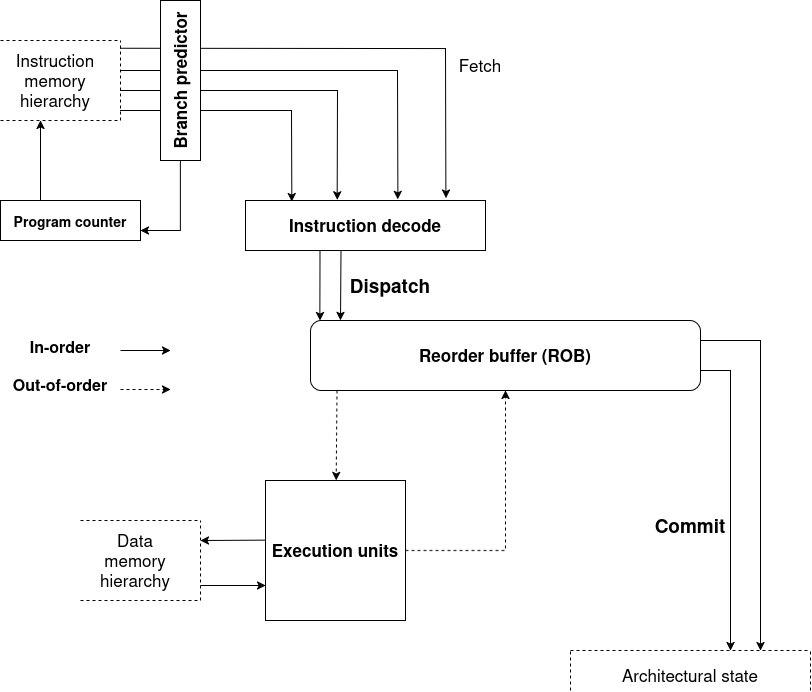
Earlier version of the draw.io export verslag/figures/ooo_pipeline.png (tobedebrabander/VOP_verslag). Source tidied: cells renumbered, new cells last; positions are measured from the earlier drawing's top-left corner, leaving out a move shared by most shapes.
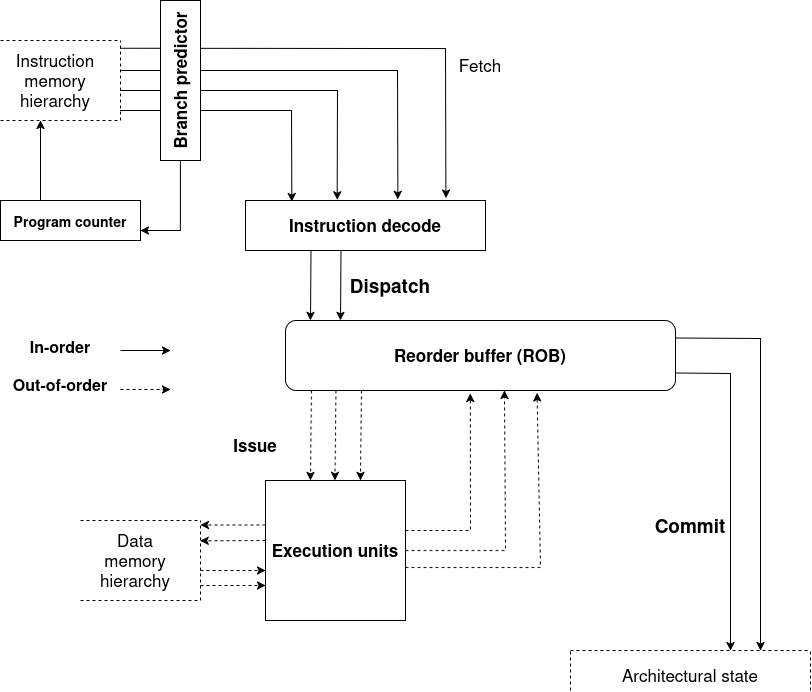
After the change.

Commit message:
Updated pipeline diagram

Change to the diagram source:
```diff
@@ -59,13 +59,8 @@
       </mxGeometry>
     </mxCell>
     <mxCell id="11" value="&lt;b&gt;Reorder buffer (ROB)&lt;/b&gt;" style="rounded=1;whiteSpace=wrap;html=1;fontSize=17;" parent="1" vertex="1">
-      <mxGeometry x="310" y="280" width="390" height="70" as="geometry" />
+      <mxGeometry x="285" y="280" width="390" height="70" as="geometry" />
     </mxCell>
-    <mxCell id="12" style="endArrow=classic;html=1;rounded=0;entryX=0.024;entryY=0;entryDx=0;entryDy=0;entryPerimeter=0;" parent="1" edge="1" target="11">
-      <mxGeometry relative="1" as="geometry">
-        <mxPoint x="319.5" y="210" as="sourcePoint" />
-      </mxGeometry>
-    </mxCell>
     <mxCell id="13" value="&lt;b&gt;Execution units&lt;/b&gt;" style="whiteSpace=wrap;html=1;fontSize=17;" parent="1" vertex="1">
       <mxGeometry x="265" y="440" width="140" height="140" as="geometry" />
     </mxCell>
@@ -96,21 +91,19 @@
     <mxCell id="19" value="&lt;b&gt;&lt;font style=&quot;font-size: 19px;&quot;&gt;Dispatch&lt;/font&gt;&lt;/b&gt;" style="text;html=1;whiteSpace=wrap;strokeColor=none;fillColor=none;align=center;verticalAlign=middle;rounded=0;fontSize=17;" parent="1" vertex="1">
       <mxGeometry x="360" y="230" width="60" height="30" as="geometry" />
     </mxCell>
-    <mxCell id="20" style="endArrow=classic;html=1;rounded=0;" parent="1" edge="1">
+    <mxCell id="20" style="endArrow=classic;html=1;rounded=0;exitX=1;exitY=0.75;exitDx=0;exitDy=0;" parent="1" edge="1" source="11">
       <mxGeometry relative="1" as="geometry">
-        <mxPoint x="700" y="330" as="sourcePoint" />
         <mxPoint x="730" y="610" as="targetPoint" />
         <Array as="points">
-          <mxPoint x="730" y="330" />
+          <mxPoint x="730" y="333" />
         </Array>
       </mxGeometry>
     </mxCell>
-    <mxCell id="21" style="endArrow=classic;html=1;rounded=0;" parent="1" edge="1">
+    <mxCell id="21" style="endArrow=classic;html=1;rounded=0;exitX=1;exitY=0.25;exitDx=0;exitDy=0;" parent="1" edge="1" source="11">
       <mxGeometry relative="1" as="geometry">
-        <mxPoint x="700" y="300" as="sourcePoint" />
         <mxPoint x="760" y="610" as="targetPoint" />
         <Array as="points">
-          <mxPoint x="760" y="300" />
+          <mxPoint x="760" y="298" />
         </Array>
       </mxGeometry>
     </mxCell>
@@ -150,22 +143,21 @@
     <mxCell id="29" value="Data memory hierarchy" style="text;html=1;whiteSpace=wrap;strokeColor=none;fillColor=none;align=center;verticalAlign=middle;rounded=0;fontSize=17;fontStyle=0;" parent="1" vertex="1">
       <mxGeometry x="90" y="490" width="90" height="60" as="geometry" />
     </mxCell>
-    <mxCell id="30" style="endArrow=classic;html=1;rounded=0;exitX=0.068;exitY=1;exitDx=0;exitDy=0;exitPerimeter=0;dashed=1;" parent="1" edge="1" source="11" target="13">
-      <mxGeometry relative="1" as="geometry" />
-    </mxCell>
-    <mxCell id="31" style="endArrow=classic;html=1;rounded=0;entryX=0.5;entryY=1;entryDx=0;entryDy=0;exitX=1;exitY=0.5;exitDx=0;exitDy=0;dashed=1;" parent="1" edge="1" source="13" target="11">
+    <mxCell id="31" style="endArrow=classic;html=1;rounded=0;exitX=1;exitY=0.5;exitDx=0;exitDy=0;dashed=1;" parent="1" edge="1" source="13">
       <mxGeometry relative="1" as="geometry">
+        <mxPoint x="504" y="350" as="targetPoint" />
         <Array as="points">
           <mxPoint x="505" y="510" />
         </Array>
       </mxGeometry>
     </mxCell>
-    <mxCell id="32" style="endArrow=classic;html=1;rounded=0;exitX=0.002;exitY=0.426;exitDx=0;exitDy=0;exitPerimeter=0;" parent="1" edge="1" source="13">
+    <mxCell id="32" style="endArrow=classic;html=1;rounded=0;exitX=0.002;exitY=0.426;exitDx=0;exitDy=0;exitPerimeter=0;dashed=1;" parent="1" edge="1">
       <mxGeometry relative="1" as="geometry">
-        <mxPoint x="200" y="500" as="targetPoint" />
+        <mxPoint x="265" y="500" as="sourcePoint" />
+        <mxPoint x="199.7" y="500.4" as="targetPoint" />
       </mxGeometry>
     </mxCell>
-    <mxCell id="33" style="endArrow=classic;html=1;rounded=0;entryX=0;entryY=0.75;entryDx=0;entryDy=0;" parent="1" edge="1" target="13">
+    <mxCell id="33" style="endArrow=classic;html=1;rounded=0;entryX=0;entryY=0.75;entryDx=0;entryDy=0;dashed=1;" parent="1" edge="1" target="13">
       <mxGeometry relative="1" as="geometry">
         <mxPoint x="200" y="545" as="sourcePoint" />
       </mxGeometry>
@@ -199,5 +191,60 @@
         <mxPoint x="170" y="349" as="targetPoint" />
       </mxGeometry>
     </mxCell>
+    <mxCell id="39" style="endArrow=classic;html=1;rounded=0;exitX=0.068;exitY=1;exitDx=0;exitDy=0;exitPerimeter=0;dashed=1;" parent="1" edge="1">
+      <mxGeometry relative="1" as="geometry">
+        <mxPoint x="361" y="350" as="sourcePoint" />
+        <mxPoint x="360" y="440" as="targetPoint" />
+      </mxGeometry>
+    </mxCell>
+    <mxCell id="40" style="endArrow=classic;html=1;rounded=0;exitX=0.068;exitY=1;exitDx=0;exitDy=0;exitPerimeter=0;dashed=1;" parent="1" edge="1">
+      <mxGeometry relative="1" as="geometry">
+        <mxPoint x="335.5" y="350" as="sourcePoint" />
+        <mxPoint x="334.5" y="440" as="targetPoint" />
+      </mxGeometry>
+    </mxCell>
+    <mxCell id="41" style="endArrow=classic;html=1;rounded=0;entryX=0.024;entryY=0;entryDx=0;entryDy=0;entryPerimeter=0;" parent="1" edge="1">
+      <mxGeometry relative="1" as="geometry">
+        <mxPoint x="310.5" y="210" as="sourcePoint" />
+        <mxPoint x="310" y="280" as="targetPoint" />
+      </mxGeometry>
+    </mxCell>
+    <mxCell id="42" style="endArrow=classic;html=1;rounded=0;exitX=0.068;exitY=1;exitDx=0;exitDy=0;exitPerimeter=0;dashed=1;" parent="1" edge="1">
+      <mxGeometry relative="1" as="geometry">
+        <mxPoint x="311" y="350" as="sourcePoint" />
+        <mxPoint x="310" y="440" as="targetPoint" />
+      </mxGeometry>
+    </mxCell>
+    <mxCell id="43" style="endArrow=classic;html=1;rounded=0;entryX=0.645;entryY=1.033;entryDx=0;entryDy=0;exitX=1;exitY=0.5;exitDx=0;exitDy=0;dashed=1;entryPerimeter=0;" parent="1" edge="1" target="11">
+      <mxGeometry relative="1" as="geometry">
+        <mxPoint x="405" y="527" as="sourcePoint" />
+        <Array as="points">
+          <mxPoint x="540" y="527" />
+        </Array>
+      </mxGeometry>
+    </mxCell>
+    <mxCell id="44" style="endArrow=classic;html=1;rounded=0;exitX=1;exitY=0.5;exitDx=0;exitDy=0;dashed=1;entryX=0.474;entryY=1.041;entryDx=0;entryDy=0;entryPerimeter=0;" parent="1" edge="1" target="11">
+      <mxGeometry relative="1" as="geometry">
+        <mxPoint x="405" y="490" as="sourcePoint" />
+        <Array as="points">
+          <mxPoint x="470" y="490" />
+        </Array>
+      </mxGeometry>
+    </mxCell>
+    <mxCell id="45" value="&lt;b&gt;Issue&lt;/b&gt;" style="text;html=1;whiteSpace=wrap;strokeColor=none;fillColor=none;align=center;verticalAlign=middle;rounded=0;fontSize=17;" parent="1" vertex="1">
+      <mxGeometry x="225" y="390" width="60" height="30" as="geometry" />
+    </mxCell>
+    <mxCell id="46" style="endArrow=classic;html=1;rounded=0;exitX=0.002;exitY=0.426;exitDx=0;exitDy=0;exitPerimeter=0;dashed=1;" parent="1" edge="1">
+      <mxGeometry relative="1" as="geometry">
+        <mxPoint x="265" y="484.5" as="sourcePoint" />
+        <mxPoint x="200" y="484.5" as="targetPoint" />
+      </mxGeometry>
+    </mxCell>
+    <mxCell id="47" style="endArrow=classic;html=1;rounded=0;entryX=0;entryY=0.75;entryDx=0;entryDy=0;dashed=1;" parent="1" edge="1">
+      <mxGeometry relative="1" as="geometry">
+        <mxPoint x="200" y="530" as="sourcePoint" />
+        <mxPoint x="265" y="530" as="targetPoint" />
+      </mxGeometry>
+    </mxCell>
   </root>
 </mxGraphModel>
```
